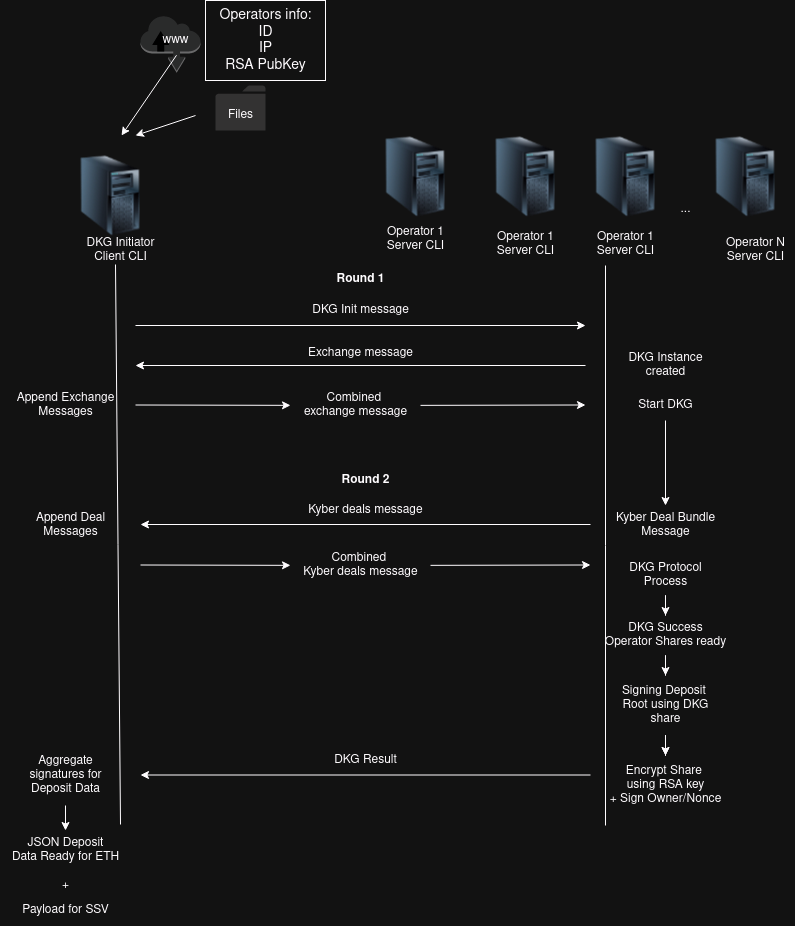
This is imgs/DKGinit.drawio.png from ssvlabs/ssv-dkg, a draw.io export, as it was before one commit. Source tidied: cells renumbered, new cells last; positions are measured from the earlier drawing's top-left corner, leaving out a move shared by most shapes.
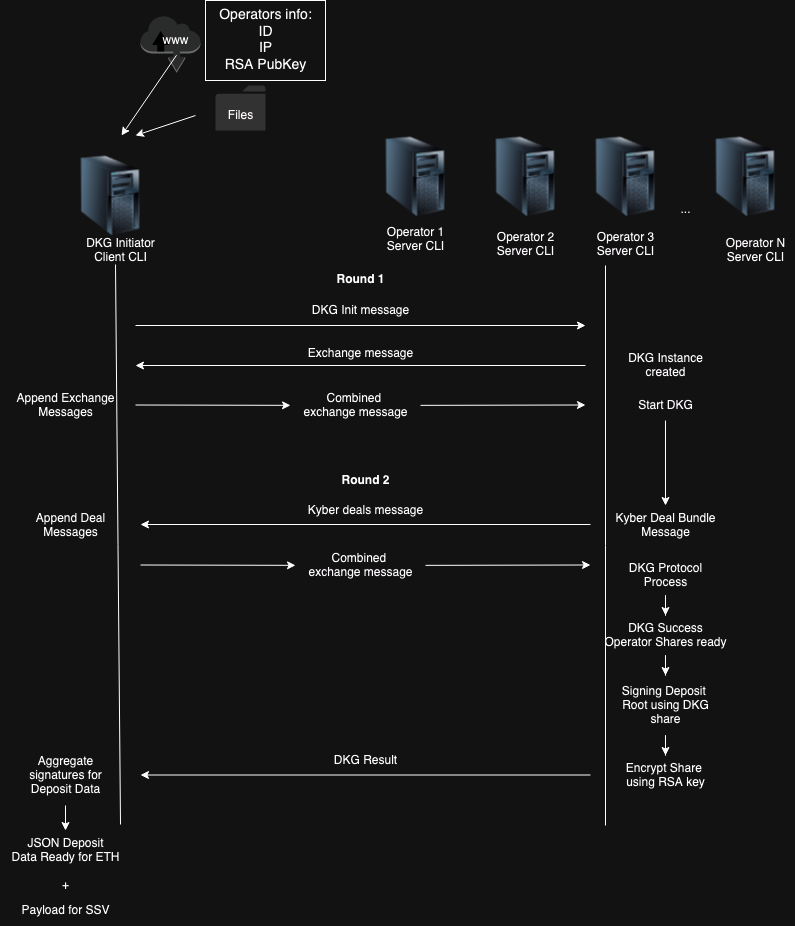
After the commit.

The edit, as a diff of the source:
```diff
@@ -44,10 +44,10 @@
         <mxPoint x="605" y="265" as="targetPoint" />
       </mxGeometry>
     </mxCell>
-    <mxCell id="13" value="&lt;div&gt;Operator 1&lt;/div&gt;&lt;div&gt;Server CLI&lt;/div&gt;" style="text;html=1;align=center;verticalAlign=middle;strokeColor=none;fillColor=none;" parent="1" vertex="1">
+    <mxCell id="13" value="&lt;div&gt;Operator 2&lt;br&gt;&lt;/div&gt;&lt;div&gt;Server CLI&lt;/div&gt;" style="text;html=1;align=center;verticalAlign=middle;strokeColor=none;fillColor=none;" parent="1" vertex="1">
       <mxGeometry x="485" y="224" width="80" height="40" as="geometry" />
     </mxCell>
-    <mxCell id="14" value="&lt;div&gt;Operator 1&lt;/div&gt;&lt;div&gt;Server CLI&lt;/div&gt;" style="text;html=1;align=center;verticalAlign=middle;strokeColor=none;fillColor=none;" parent="1" vertex="1">
+    <mxCell id="14" value="&lt;div&gt;Operator 3&lt;br&gt;&lt;/div&gt;&lt;div&gt;Server CLI&lt;/div&gt;" style="text;html=1;align=center;verticalAlign=middle;strokeColor=none;fillColor=none;" parent="1" vertex="1">
       <mxGeometry x="585" y="224" width="80" height="40" as="geometry" />
     </mxCell>
     <mxCell id="15" value="&lt;div&gt;Operator N&lt;br&gt;&lt;/div&gt;&lt;div&gt;Server CLI&lt;/div&gt;" style="text;html=1;align=center;verticalAlign=middle;strokeColor=none;fillColor=none;" parent="1" vertex="1">
@@ -141,8 +141,8 @@
         <mxPoint x="140" y="564.5" as="sourcePoint" />
       </mxGeometry>
     </mxCell>
-    <mxCell id="39" value="&lt;div&gt;Combined&amp;nbsp;&lt;/div&gt;&lt;div&gt;Kyber deals message&lt;/div&gt;" style="text;html=1;align=center;verticalAlign=middle;points=[];strokeColor=none;fillColor=none;" parent="1" vertex="1">
-      <mxGeometry x="290" y="545" width="140" height="40" as="geometry" />
+    <mxCell id="39" value="&lt;div&gt;Combined&amp;nbsp;&lt;/div&gt;&lt;div&gt;exchange message&lt;/div&gt;" style="text;html=1;align=center;verticalAlign=middle;points=[];strokeColor=none;fillColor=none;" parent="1" vertex="1">
+      <mxGeometry x="295" y="545" width="130" height="40" as="geometry" />
     </mxCell>
     <mxCell id="40" value="&lt;div&gt;Round 1 &lt;br&gt;&lt;/div&gt;" style="text;html=1;align=center;verticalAlign=middle;strokeColor=none;fillColor=none;fontStyle=1;" parent="1" vertex="1">
       <mxGeometry x="325" y="264" width="70" height="30" as="geometry" />
@@ -177,17 +177,14 @@
     <mxCell id="49" style="edgeStyle=orthogonalEdgeStyle;rounded=0;jettySize=auto;html=1;" parent="1" edge="1" source="51" target="53">
       <mxGeometry relative="1" as="geometry" />
     </mxCell>
-    <mxCell id="50" style="edgeStyle=orthogonalEdgeStyle;rounded=0;jettySize=auto;html=1;" parent="1" edge="1" source="51" target="53">
-      <mxGeometry relative="1" as="geometry" />
-    </mxCell>
     <mxCell id="51" value="&lt;div&gt;Signing Deposit&amp;nbsp;&lt;/div&gt;&lt;div&gt;Root using DKG&lt;/div&gt;&lt;div&gt;share&lt;br&gt;&lt;/div&gt;" style="text;html=1;align=center;verticalAlign=middle;points=[];strokeColor=none;fillColor=none;" parent="1" vertex="1">
       <mxGeometry x="610" y="675" width="110" height="60" as="geometry" />
     </mxCell>
     <mxCell id="52" value="Payload for SSV" style="text;html=1;align=center;verticalAlign=middle;strokeColor=none;fillColor=none;" parent="1" vertex="1">
       <mxGeometry x="10" y="895" width="110" height="30" as="geometry" />
     </mxCell>
-    <mxCell id="53" value="&lt;div&gt;Encrypt Share&amp;nbsp;&lt;/div&gt;&lt;div&gt;using RSA key&lt;/div&gt;&lt;div&gt;+ Sign Owner/Nonce&lt;br&gt;&lt;/div&gt;" style="text;html=1;align=center;verticalAlign=middle;points=[];strokeColor=none;fillColor=none;" parent="1" vertex="1">
-      <mxGeometry x="595" y="755" width="140" height="60" as="geometry" />
+    <mxCell id="53" value="&lt;div&gt;Encrypt Share&amp;nbsp;&lt;/div&gt;&lt;div&gt;using RSA key&lt;br&gt;&lt;/div&gt;" style="text;html=1;align=center;verticalAlign=middle;points=[];strokeColor=none;fillColor=none;" parent="1" vertex="1">
+      <mxGeometry x="615" y="755" width="100" height="40" as="geometry" />
     </mxCell>
     <mxCell id="54" style="edgeStyle=orthogonalEdgeStyle;rounded=0;jettySize=auto;html=1;" parent="1" edge="1" source="55" target="48">
       <mxGeometry relative="1" as="geometry" />
```
